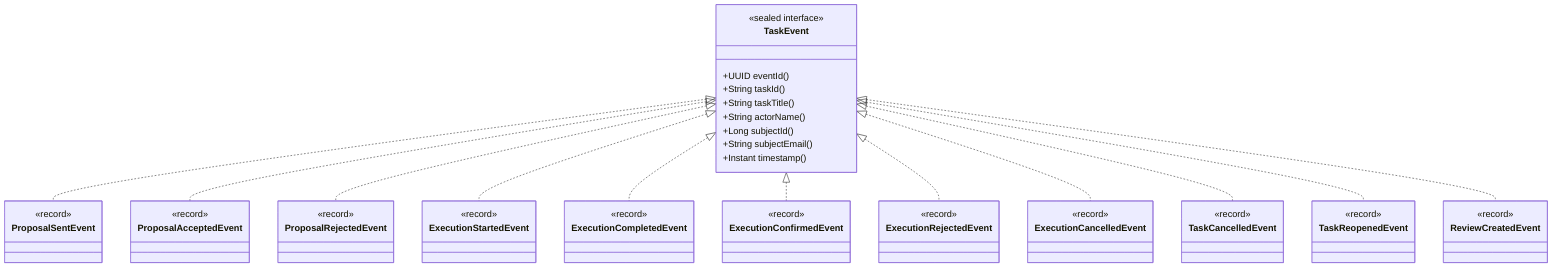
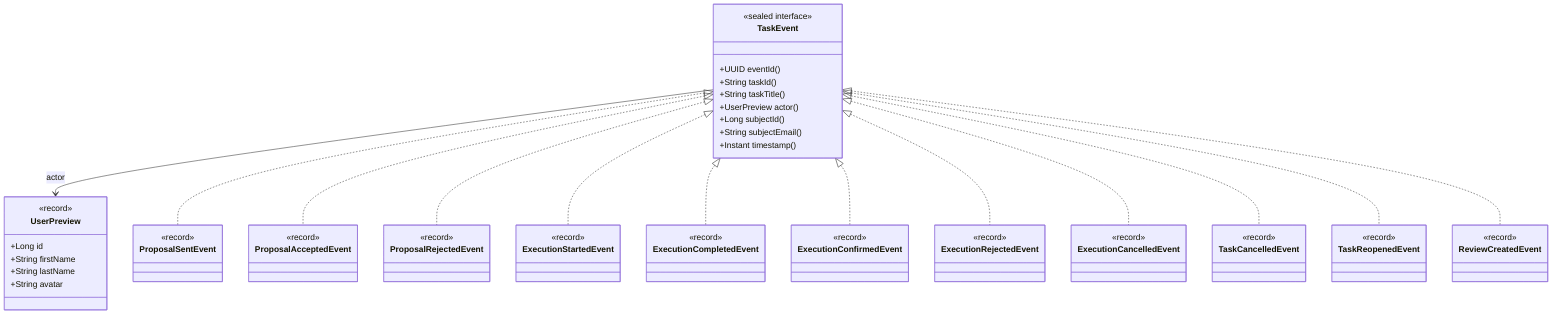
classDiagram
    class TaskEvent {
        <<sealed interface>>
        +UUID eventId()
        +String taskId()
        +String taskTitle()
-         +String actorName()
+         +UserPreview actor()
        +Long subjectId()
        +String subjectEmail()
        +Instant timestamp()
    }
+ 
+     class UserPreview {
+         <<record>>
+         +Long id
+         +String firstName
+         +String lastName
+         +String avatar
+     }
+ 
+     TaskEvent --> UserPreview : actor

    class ProposalSentEvent {
        <<record>>
    }
    class ProposalAcceptedEvent {
        <<record>>
    }
    class ProposalRejectedEvent {
        <<record>>
    }
    class ExecutionStartedEvent {
        <<record>>
    }
    class ExecutionCompletedEvent {
        <<record>>
    }
    class ExecutionConfirmedEvent {
        <<record>>
    }
    class ExecutionRejectedEvent {
        <<record>>
    }
    class ExecutionCancelledEvent {
        <<record>>
    }
    class TaskCancelledEvent {
        <<record>>
    }
    class TaskReopenedEvent {
        <<record>>
    }
    class ReviewCreatedEvent {
        <<record>>
    }

    TaskEvent <|.. ProposalSentEvent
    TaskEvent <|.. ProposalAcceptedEvent
    TaskEvent <|.. ProposalRejectedEvent
    TaskEvent <|.. ExecutionStartedEvent
    TaskEvent <|.. ExecutionCompletedEvent
    TaskEvent <|.. ExecutionConfirmedEvent
    TaskEvent <|.. ExecutionRejectedEvent
    TaskEvent <|.. ExecutionCancelledEvent
    TaskEvent <|.. TaskCancelledEvent
    TaskEvent <|.. TaskReopenedEvent
    TaskEvent <|.. ReviewCreatedEvent
